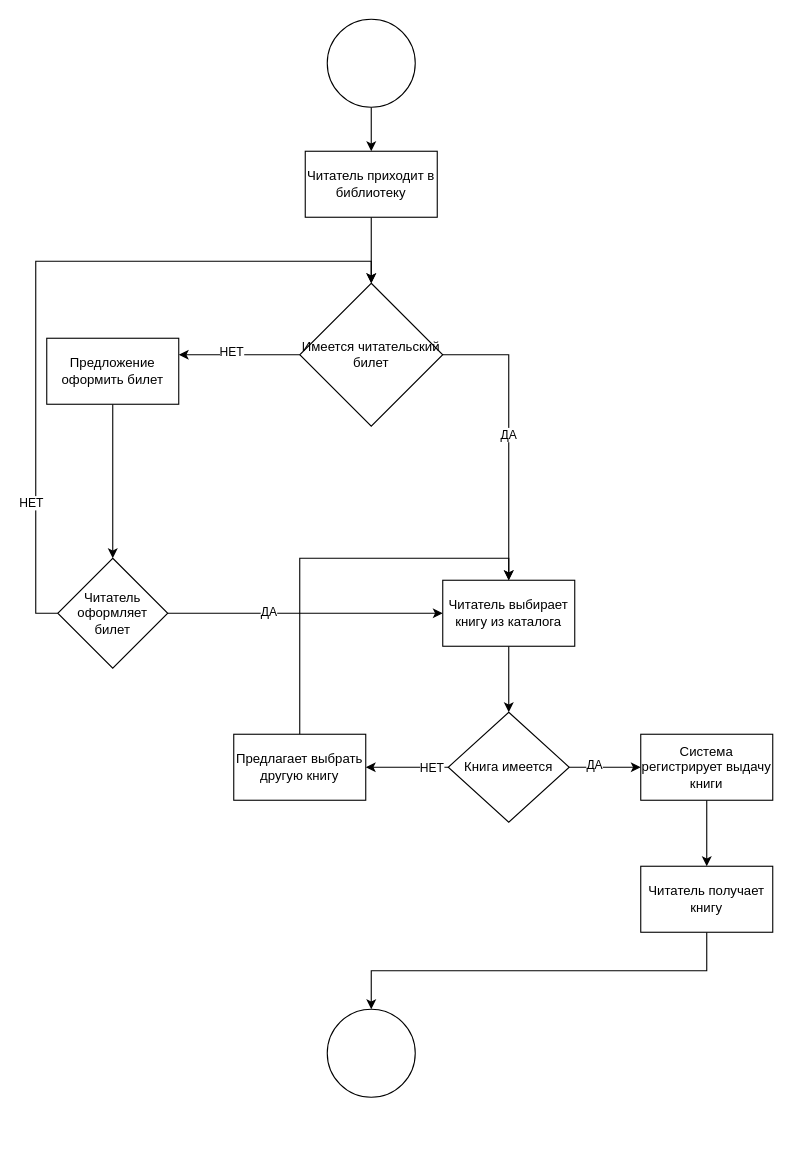
This is UML_PRAC_1.drawio from ArtzSU/UML_PRAC_1, a draw.io file, before an edit. Source tidied: cells renumbered, new cells numbered last; positions are measured from the earlier drawing's top-left corner, leaving out a move shared by most shapes. Both pictures are drawn from the tidied source at 110%, with x=0, y=0 at pixel (46, 19).
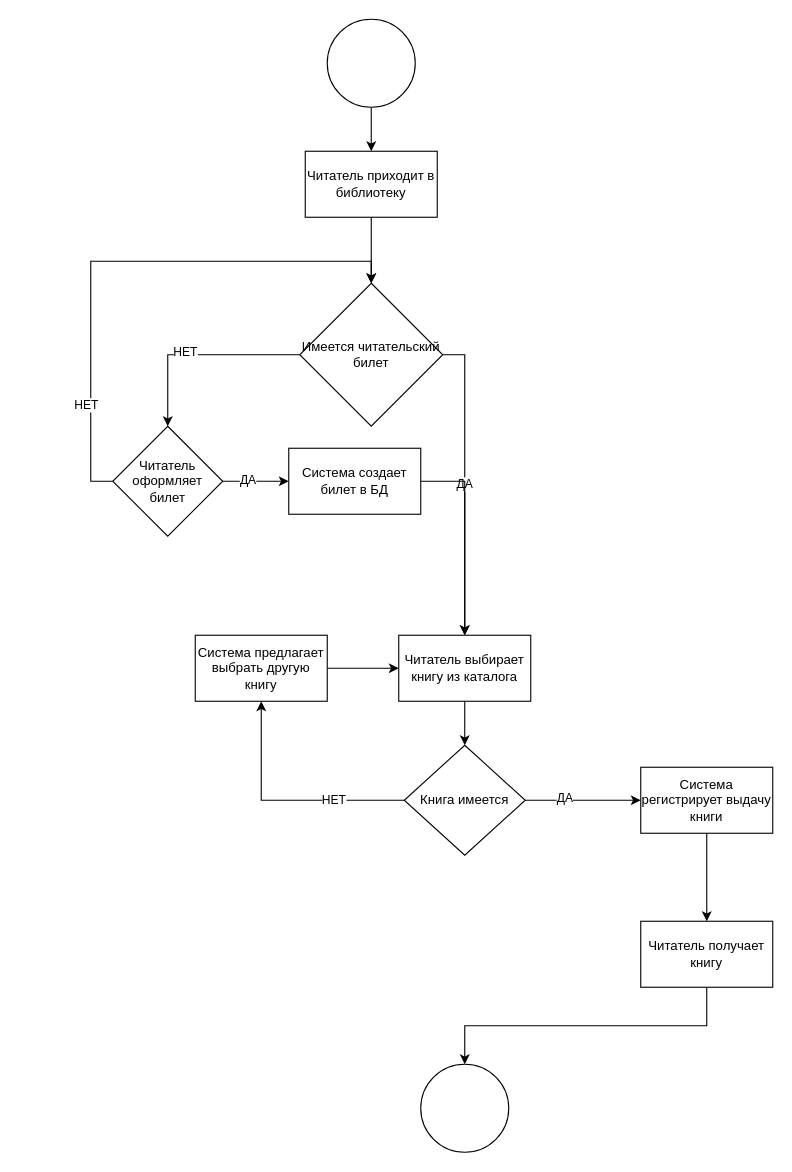
After the change.

The change refers to these unchanged cells:
```xml
<mxCell id="9" value="Имеется читательский билет" style="rhombus;whiteSpace=wrap;html=1;" parent="1" vertex="1">
  <mxGeometry x="230" y="240" width="130" height="130" as="geometry" />
</mxCell>
```

Change to the diagram source:
```diff
@@
-    <mxCell id="6" style="edgeStyle=orthogonalEdgeStyle;rounded=0;jettySize=auto;html=1;exitX=0;exitY=0.5;exitDx=0;exitDy=0;entryX=1;entryY=0.25;entryDx=0;entryDy=0;" parent="1" edge="1" source="9" target="11">
+    <mxCell id="6" style="edgeStyle=orthogonalEdgeStyle;rounded=0;jettySize=auto;html=1;exitX=0;exitY=0.5;exitDx=0;exitDy=0;entryX=0.5;entryY=0;entryDx=0;entryDy=0;" parent="1" edge="1" source="9" target="16">
       <mxGeometry relative="1" as="geometry" />
     </mxCell>
@@
-    <mxCell id="10" style="edgeStyle=orthogonalEdgeStyle;rounded=0;jettySize=auto;html=1;exitX=0.5;exitY=1;exitDx=0;exitDy=0;entryX=0.5;entryY=0;entryDx=0;entryDy=0;" parent="1" edge="1" source="11" target="16">
-      <mxGeometry relative="1" as="geometry" />
-    </mxCell>
-    <mxCell id="11" value="Предложение оформить билет" style="rounded=0;whiteSpace=wrap;html=1;" parent="1" vertex="1">
-      <mxGeometry y="290" width="120" height="60" as="geometry" />
-    </mxCell>
-    <mxCell id="12" style="edgeStyle=orthogonalEdgeStyle;rounded=0;jettySize=auto;html=1;entryX=0;entryY=0.5;entryDx=0;entryDy=0;" parent="1" edge="1" source="16" target="18">
+    <mxCell id="12" style="edgeStyle=orthogonalEdgeStyle;rounded=0;jettySize=auto;html=1;exitX=1;exitY=0.5;exitDx=0;exitDy=0;entryX=0;entryY=0.5;entryDx=0;entryDy=0;" parent="1" edge="1" source="16" target="33">
       <mxGeometry relative="1" as="geometry" />
     </mxCell>
@@
-    <mxCell id="14" style="edgeStyle=orthogonalEdgeStyle;rounded=0;jettySize=auto;html=1;exitX=0;exitY=0.5;exitDx=0;exitDy=0;entryX=0.5;entryY=0;entryDx=0;entryDy=0;" parent="1" edge="1" source="16" target="9">
+    <mxCell id="14" style="edgeStyle=orthogonalEdgeStyle;rounded=0;jettySize=auto;html=1;entryX=0.5;entryY=0;entryDx=0;entryDy=0;exitX=0;exitY=0.5;exitDx=0;exitDy=0;" parent="1" edge="1" source="16" target="9">
       <mxGeometry relative="1" as="geometry" />
     </mxCell>
@@
     <mxCell id="16" value="Читатель оформляет билет" style="rhombus;whiteSpace=wrap;html=1;" parent="1" vertex="1">
-      <mxGeometry x="10" y="490" width="100" height="100" as="geometry" />
+      <mxGeometry x="60" y="370" width="100" height="100" as="geometry" />
     </mxCell>
@@
     <mxCell id="18" value="Читатель выбирает книгу из каталога" style="rounded=0;whiteSpace=wrap;html=1;" parent="1" vertex="1">
-      <mxGeometry x="360" y="510" width="120" height="60" as="geometry" />
+      <mxGeometry x="320" y="560" width="120" height="60" as="geometry" />
     </mxCell>
-    <mxCell id="19" style="edgeStyle=orthogonalEdgeStyle;rounded=0;jettySize=auto;html=1;exitX=0;exitY=0.5;exitDx=0;exitDy=0;" parent="1" edge="1" source="23" target="25">
-      <mxGeometry relative="1" as="geometry" />
-    </mxCell>
-    <mxCell id="20" value="НЕТ" style="edgeLabel;html=1;align=center;verticalAlign=middle;" parent="19" vertex="1">
-      <mxGeometry x="-0.57" relative="1" as="geometry" />
-    </mxCell>
-    <mxCell id="21" style="edgeStyle=orthogonalEdgeStyle;rounded=0;jettySize=auto;html=1;exitX=1;exitY=0.5;exitDx=0;exitDy=0;entryX=0;entryY=0.5;entryDx=0;entryDy=0;" parent="1" edge="1" source="23" target="27">
+    <mxCell id="21" value="&lt;div&gt;&lt;br&gt;&lt;/div&gt;&lt;div&gt;&lt;br&gt;&lt;/div&gt;" style="edgeStyle=orthogonalEdgeStyle;rounded=0;jettySize=auto;html=1;exitX=1;exitY=0.5;exitDx=0;exitDy=0;entryX=0;entryY=0.5;entryDx=0;entryDy=0;" parent="1" edge="1" source="23" target="27">
       <mxGeometry relative="1" as="geometry" />
     </mxCell>
@@
+    <mxCell id="31" style="edgeStyle=orthogonalEdgeStyle;rounded=0;jettySize=auto;html=1;exitX=0;exitY=0.5;exitDx=0;exitDy=0;entryX=0.5;entryY=1;entryDx=0;entryDy=0;" parent="1" edge="1" source="23" target="35">
+      <mxGeometry relative="1" as="geometry" />
+    </mxCell>
+    <mxCell id="20" value="&lt;div&gt;НЕТ&lt;/div&gt;" style="edgeLabel;html=1;align=center;verticalAlign=middle;" parent="31" vertex="1">
+      <mxGeometry x="-0.41" y="-1" relative="1" as="geometry" />
+    </mxCell>
     <mxCell id="23" value="Книга имеется" style="rhombus;whiteSpace=wrap;html=1;" parent="1" vertex="1">
-      <mxGeometry x="365" y="630" width="110" height="100" as="geometry" />
+      <mxGeometry x="325" y="660" width="110" height="100" as="geometry" />
     </mxCell>
-    <mxCell id="24" style="edgeStyle=orthogonalEdgeStyle;rounded=0;jettySize=auto;html=1;exitX=0.5;exitY=0;exitDx=0;exitDy=0;entryX=0.5;entryY=0;entryDx=0;entryDy=0;" parent="1" edge="1" source="25" target="18">
-      <mxGeometry relative="1" as="geometry" />
-    </mxCell>
-    <mxCell id="25" value="Предлагает выбрать другую книгу" style="rounded=0;whiteSpace=wrap;html=1;" parent="1" vertex="1">
-      <mxGeometry x="170" y="650" width="120" height="60" as="geometry" />
-    </mxCell>
@@
     <mxCell id="27" value="Система регистрирует выдачу книги" style="rounded=0;whiteSpace=wrap;html=1;" parent="1" vertex="1">
-      <mxGeometry x="540" y="650" width="120" height="60" as="geometry" />
+      <mxGeometry x="540" y="680" width="120" height="60" as="geometry" />
     </mxCell>
@@
     <mxCell id="29" value="Читатель получает книгу" style="rounded=0;whiteSpace=wrap;html=1;" parent="1" vertex="1">
-      <mxGeometry x="540" y="770" width="120" height="60" as="geometry" />
+      <mxGeometry x="540" y="820" width="120" height="60" as="geometry" />
     </mxCell>
     <mxCell id="30" style="ellipse;whiteSpace=wrap;html=1;" parent="1" vertex="1">
-      <mxGeometry x="255" y="900" width="80" height="80" as="geometry" />
+      <mxGeometry x="340" y="950" width="80" height="80" as="geometry" />
     </mxCell>
+    <mxCell id="32" style="edgeStyle=orthogonalEdgeStyle;rounded=0;jettySize=auto;html=1;exitX=1;exitY=0.5;exitDx=0;exitDy=0;entryX=0.5;entryY=0;entryDx=0;entryDy=0;" parent="1" edge="1" source="33" target="18">
+      <mxGeometry relative="1" as="geometry" />
+    </mxCell>
+    <mxCell id="33" value="Система создает билет в БД" style="rounded=0;whiteSpace=wrap;html=1;" parent="1" vertex="1">
+      <mxGeometry x="220" y="390" width="120" height="60" as="geometry" />
+    </mxCell>
+    <mxCell id="34" style="edgeStyle=orthogonalEdgeStyle;rounded=0;jettySize=auto;html=1;exitX=1;exitY=0.5;exitDx=0;exitDy=0;entryX=0;entryY=0.5;entryDx=0;entryDy=0;" parent="1" edge="1" source="35" target="18">
+      <mxGeometry relative="1" as="geometry" />
+    </mxCell>
+    <mxCell id="35" value="Система предлагает выбрать другую книгу" style="rounded=0;whiteSpace=wrap;html=1;" parent="1" vertex="1">
+      <mxGeometry x="135" y="560" width="120" height="60" as="geometry" />
+    </mxCell>
```
